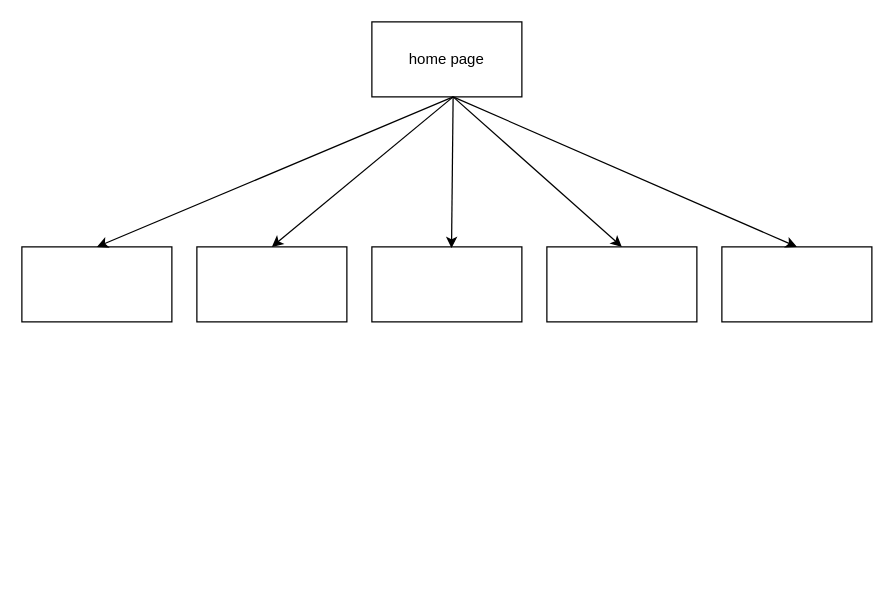
Above: Untitled Diagram.drawio in sardinoo/hot-beans-web (draw.io), before the change. Source tidied: cells renumbered, new cells numbered last; positions are measured from the earlier drawing's top-left corner, leaving out a move shared by most shapes. Both pictures are drawn from the tidied source at 125%, with x=0, y=0 at pixel (21, 21).
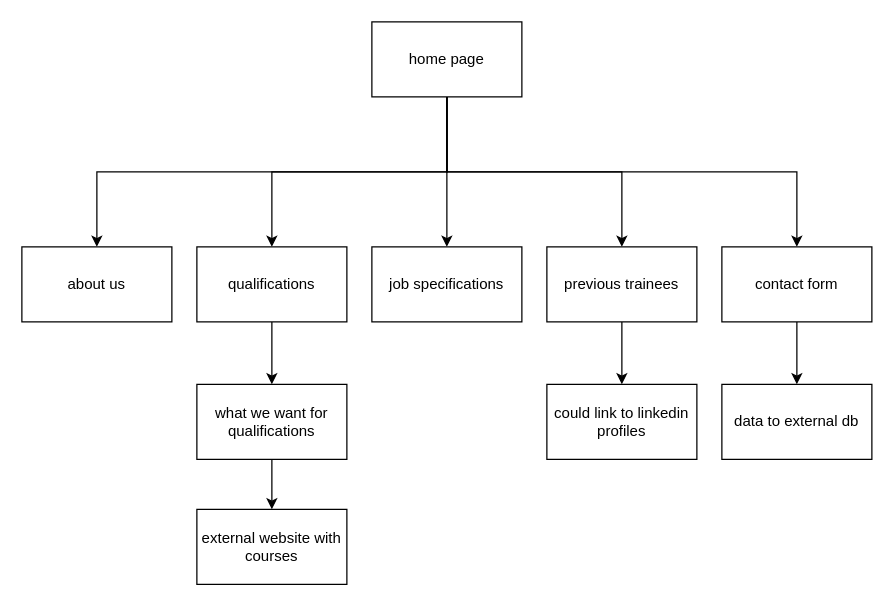
The same diagram, later.

Unchanged cells that the change refers to:
```xml
<mxCell id="2" value="home page" style="rounded=0;whiteSpace=wrap;html=1;" parent="1" vertex="1">
  <mxGeometry x="280" width="120" height="60" as="geometry" />
</mxCell>
```

Change to the diagram source:
```diff
@@
+    <mxCell id="13" style="edgeStyle=orthogonalEdgeStyle;rounded=0;jettySize=auto;html=1;exitX=0.5;exitY=1;exitDx=0;exitDy=0;entryX=0.5;entryY=0;entryDx=0;entryDy=0;" parent="1" edge="1" source="2" target="3">
+      <mxGeometry relative="1" as="geometry" />
+    </mxCell>
+    <mxCell id="14" style="edgeStyle=orthogonalEdgeStyle;rounded=0;jettySize=auto;html=1;exitX=0.5;exitY=1;exitDx=0;exitDy=0;entryX=0.5;entryY=0;entryDx=0;entryDy=0;" parent="1" edge="1" source="2" target="7">
+      <mxGeometry relative="1" as="geometry" />
+    </mxCell>
+    <mxCell id="15" style="edgeStyle=orthogonalEdgeStyle;rounded=0;jettySize=auto;html=1;exitX=0.5;exitY=1;exitDx=0;exitDy=0;entryX=0.5;entryY=0;entryDx=0;entryDy=0;" parent="1" edge="1" source="2" target="6">
+      <mxGeometry relative="1" as="geometry" />
+    </mxCell>
+    <mxCell id="16" style="edgeStyle=orthogonalEdgeStyle;rounded=0;jettySize=auto;html=1;exitX=0.5;exitY=1;exitDx=0;exitDy=0;entryX=0.5;entryY=0;entryDx=0;entryDy=0;" parent="1" edge="1" source="2" target="4">
+      <mxGeometry relative="1" as="geometry" />
+    </mxCell>
+    <mxCell id="17" style="edgeStyle=orthogonalEdgeStyle;rounded=0;jettySize=auto;html=1;exitX=0.5;exitY=1;exitDx=0;exitDy=0;entryX=0.5;entryY=0;entryDx=0;entryDy=0;" parent="1" edge="1" source="2" target="5">
+      <mxGeometry relative="1" as="geometry" />
+    </mxCell>
@@
-    <mxCell id="3" style="rounded=0;whiteSpace=wrap;html=1;" parent="1" vertex="1">
+    <mxCell id="3" value="about us" style="rounded=0;whiteSpace=wrap;html=1;" parent="1" vertex="1">
       <mxGeometry y="180" width="120" height="60" as="geometry" />
     </mxCell>
+    <mxCell id="18" style="edgeStyle=orthogonalEdgeStyle;rounded=0;jettySize=auto;html=1;exitX=0.5;exitY=1;exitDx=0;exitDy=0;entryX=0.5;entryY=0;entryDx=0;entryDy=0;" parent="1" edge="1" source="4" target="22">
+      <mxGeometry relative="1" as="geometry" />
+    </mxCell>
-    <mxCell id="4" style="rounded=0;whiteSpace=wrap;html=1;" parent="1" vertex="1">
+    <mxCell id="4" value="previous trainees" style="rounded=0;whiteSpace=wrap;html=1;" parent="1" vertex="1">
       <mxGeometry x="420" y="180" width="120" height="60" as="geometry" />
     </mxCell>
+    <mxCell id="19" style="edgeStyle=orthogonalEdgeStyle;rounded=0;jettySize=auto;html=1;exitX=0.5;exitY=1;exitDx=0;exitDy=0;entryX=0.5;entryY=0;entryDx=0;entryDy=0;" parent="1" edge="1" source="5" target="21">
+      <mxGeometry relative="1" as="geometry" />
+    </mxCell>
-    <mxCell id="5" style="rounded=0;whiteSpace=wrap;html=1;" parent="1" vertex="1">
+    <mxCell id="5" value="contact form" style="rounded=0;whiteSpace=wrap;html=1;" parent="1" vertex="1">
       <mxGeometry x="560" y="180" width="120" height="60" as="geometry" />
     </mxCell>
-    <mxCell id="6" style="rounded=0;whiteSpace=wrap;html=1;" parent="1" vertex="1">
+    <mxCell id="6" value="job specifications" style="rounded=0;whiteSpace=wrap;html=1;" parent="1" vertex="1">
       <mxGeometry x="280" y="180" width="120" height="60" as="geometry" />
     </mxCell>
+    <mxCell id="20" style="edgeStyle=orthogonalEdgeStyle;rounded=0;jettySize=auto;html=1;exitX=0.5;exitY=1;exitDx=0;exitDy=0;entryX=0.5;entryY=0;entryDx=0;entryDy=0;" parent="1" edge="1" source="7" target="25">
+      <mxGeometry relative="1" as="geometry" />
+    </mxCell>
-    <mxCell id="7" style="rounded=0;whiteSpace=wrap;html=1;" parent="1" vertex="1">
+    <mxCell id="7" value="qualifications" style="rounded=0;whiteSpace=wrap;html=1;" parent="1" vertex="1">
       <mxGeometry x="140" y="180" width="120" height="60" as="geometry" />
     </mxCell>
-    <mxCell id="8" style="endArrow=classic;html=1;rounded=0;entryX=0.5;entryY=0;entryDx=0;entryDy=0;" parent="1" edge="1" target="3">
-      <mxGeometry relative="1" as="geometry">
-        <mxPoint x="345" y="60" as="sourcePoint" />
-      </mxGeometry>
-    </mxCell>
-    <mxCell id="9" style="endArrow=classic;html=1;rounded=0;entryX=0.5;entryY=0;entryDx=0;entryDy=0;" parent="1" edge="1" target="7">
-      <mxGeometry relative="1" as="geometry">
-        <mxPoint x="345" y="60" as="sourcePoint" />
-      </mxGeometry>
-    </mxCell>
-    <mxCell id="10" style="endArrow=classic;html=1;rounded=0;entryX=0.531;entryY=0.016;entryDx=0;entryDy=0;entryPerimeter=0;" parent="1" edge="1" target="6">
-      <mxGeometry relative="1" as="geometry">
-        <mxPoint x="345" y="60" as="sourcePoint" />
-      </mxGeometry>
-    </mxCell>
-    <mxCell id="11" style="endArrow=classic;html=1;rounded=0;entryX=0.5;entryY=0;entryDx=0;entryDy=0;" parent="1" edge="1" target="4">
-      <mxGeometry relative="1" as="geometry">
-        <mxPoint x="345" y="60" as="sourcePoint" />
-      </mxGeometry>
-    </mxCell>
-    <mxCell id="12" style="endArrow=classic;html=1;rounded=0;entryX=0.5;entryY=0;entryDx=0;entryDy=0;" parent="1" edge="1" target="5">
-      <mxGeometry relative="1" as="geometry">
-        <mxPoint x="345" y="60" as="sourcePoint" />
-      </mxGeometry>
-    </mxCell>
+    <mxCell id="21" value="data to external db" style="rounded=0;whiteSpace=wrap;html=1;" parent="1" vertex="1">
+      <mxGeometry x="560" y="290" width="120" height="60" as="geometry" />
+    </mxCell>
+    <mxCell id="22" value="could link to linkedin profiles" style="rounded=0;whiteSpace=wrap;html=1;" parent="1" vertex="1">
+      <mxGeometry x="420" y="290" width="120" height="60" as="geometry" />
+    </mxCell>
+    <mxCell id="23" value="external website with courses" style="rounded=0;whiteSpace=wrap;html=1;" parent="1" vertex="1">
+      <mxGeometry x="140" y="390" width="120" height="60" as="geometry" />
+    </mxCell>
+    <mxCell id="24" style="edgeStyle=orthogonalEdgeStyle;rounded=0;jettySize=auto;html=1;exitX=0.5;exitY=1;exitDx=0;exitDy=0;entryX=0.5;entryY=0;entryDx=0;entryDy=0;" parent="1" edge="1" source="25" target="23">
+      <mxGeometry relative="1" as="geometry" />
+    </mxCell>
+    <mxCell id="25" value="what we want for qualifications" style="rounded=0;whiteSpace=wrap;html=1;" parent="1" vertex="1">
+      <mxGeometry x="140" y="290" width="120" height="60" as="geometry" />
+    </mxCell>
```
